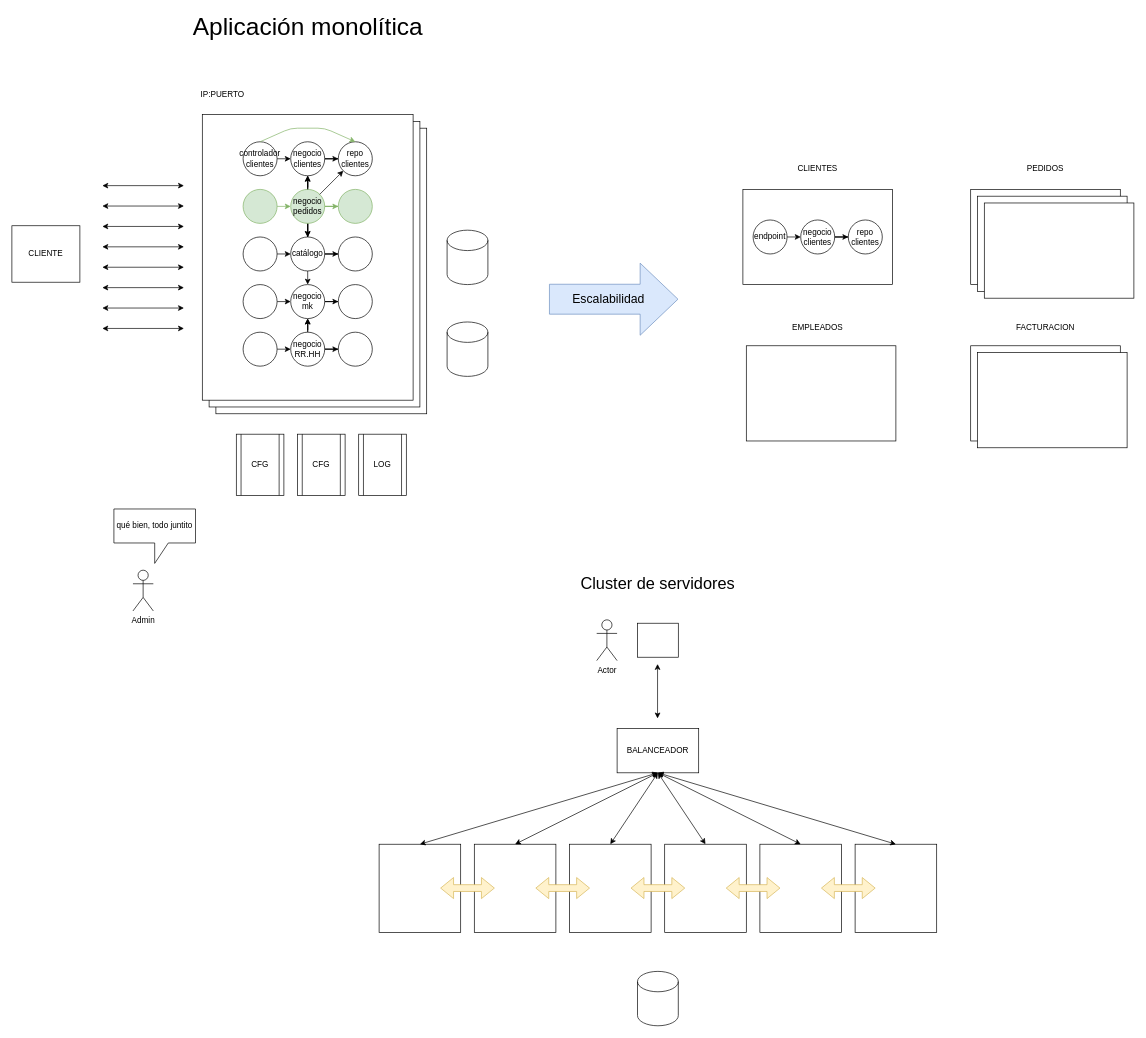
Above: page "Página-10" (10 of 40) of patrones_2022_7.drawio in lrag/Patrones (draw.io), before the change. Source tidied: cells renumbered, new cells numbered last; positions are measured from the earlier drawing's top-left corner, leaving out a move shared by most shapes. Both pictures are drawn from the tidied source at 68%, with x=0, y=0 at pixel (12, 19).
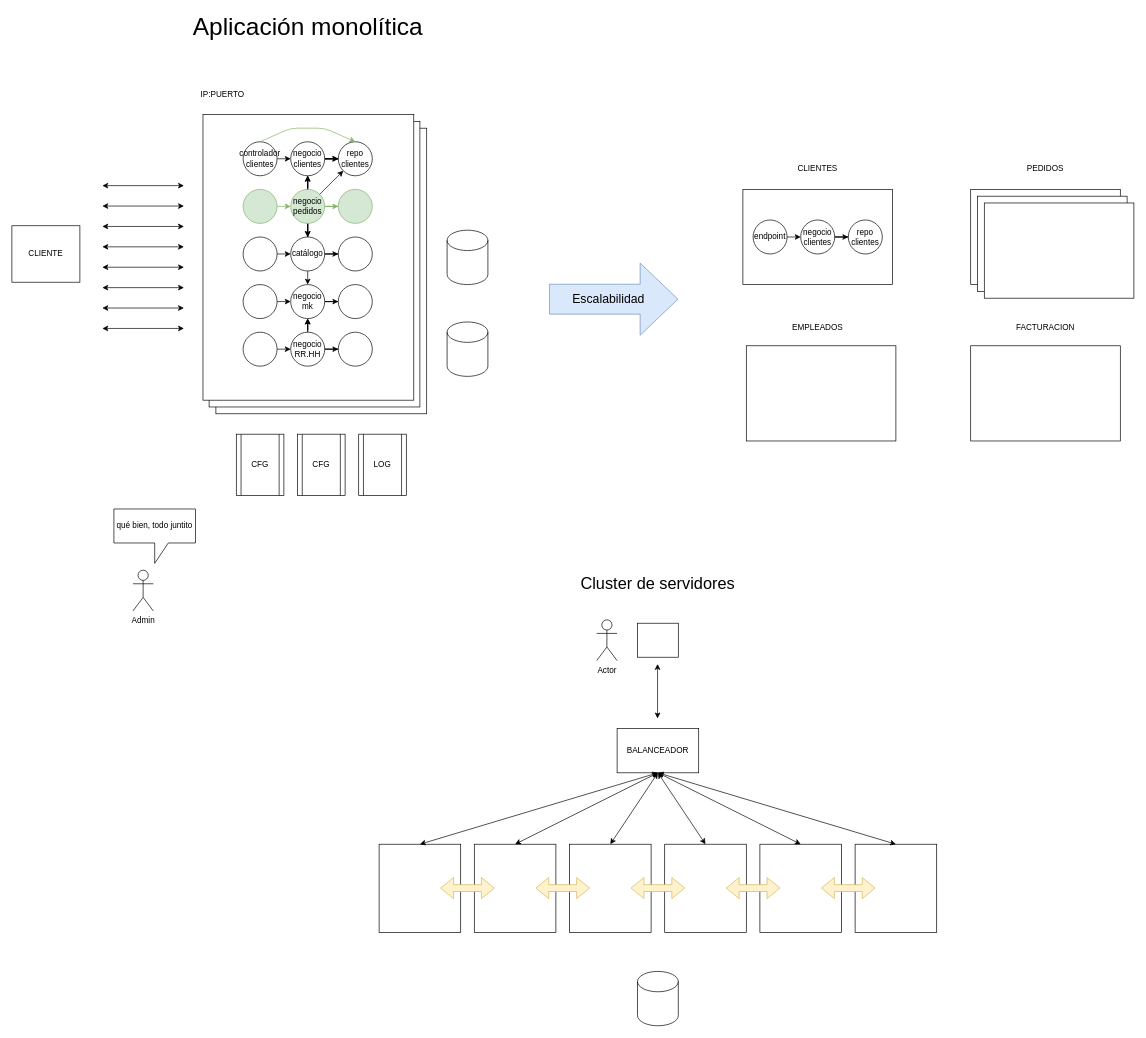
The same diagram, later.

The change refers to these unchanged cells:
```xml
<mxCell id="9" value="negocio&lt;br&gt;clientes" style="ellipse;whiteSpace=wrap;html=1;" parent="1" vertex="1">
  <mxGeometry x="410" y="180" width="50" height="50" as="geometry" />
</mxCell>
<mxCell id="10" value="repo&lt;br&gt;clientes" style="ellipse;whiteSpace=wrap;html=1;" parent="1" vertex="1">
  <mxGeometry x="480" y="180" width="50" height="50" as="geometry" />
</mxCell>
```

What changed in the source:
```diff
@@
     <mxCell id="4" style="rounded=0;whiteSpace=wrap;html=1;" parent="1" vertex="1">
-      <mxGeometry x="280" y="140" width="310" height="420" as="geometry" />
+      <mxGeometry x="281" y="140" width="310" height="420" as="geometry" />
     </mxCell>
@@
+    <mxCell id="98" style="edgeStyle=orthogonalEdgeStyle;rounded=0;jettySize=auto;html=1;" parent="1" edge="1" source="9" target="10">
+      <mxGeometry relative="1" as="geometry" />
+    </mxCell>
@@
-    <mxCell id="97" style="rounded=0;whiteSpace=wrap;html=1;" parent="1" vertex="1">
-      <mxGeometry x="1420" y="490" width="220" height="140" as="geometry" />
-    </mxCell>
```
